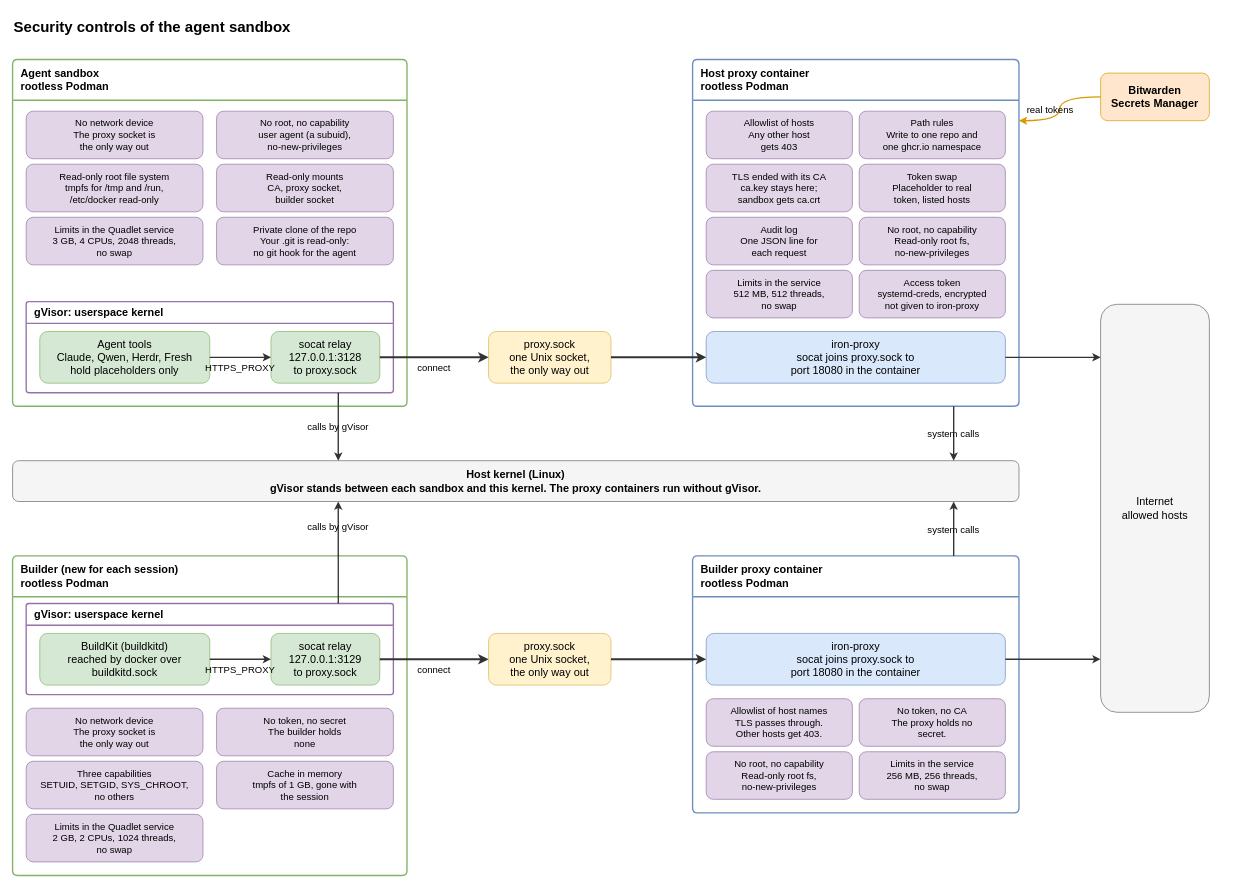
raghav19/engineersdaybook keeps this draw.io diagram as .sandbox/docs/diagrams/security-controls.drawio. Above is the earlier version. Source tidied: cells renumbered, new cells numbered last; positions are measured from the earlier drawing's top-left corner, leaving out a move shared by most shapes. Both pictures are drawn from the tidied source at 68%, with x=0, y=0 at pixel (12, 12).
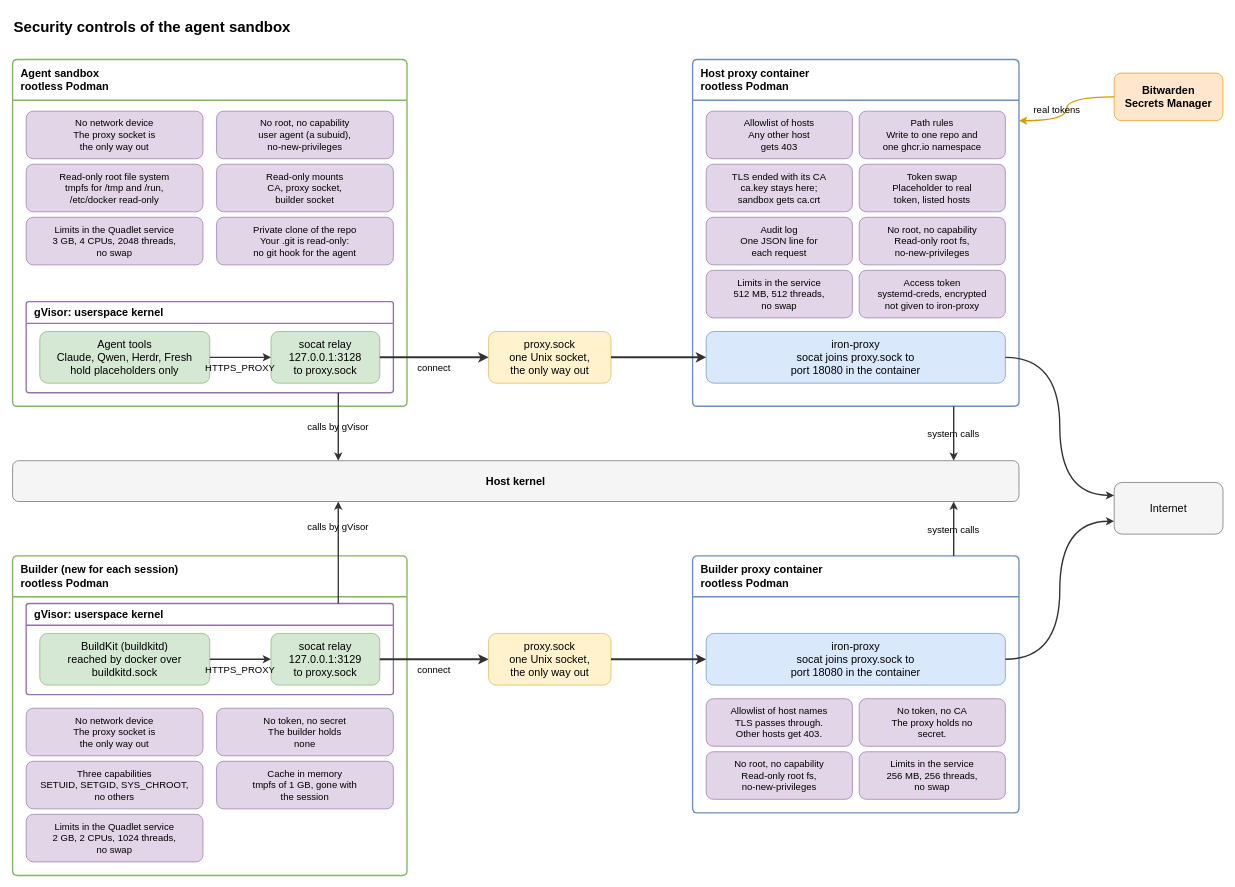
The same page after the edit.

Commit message (it also covers changes not shown here):
sandbox: simplify the host kernel and Internet boxes

The host kernel box has a short label. The Internet is one small box.

Unchanged cells that the change refers to:
```xml
<mxCell id="34" value="iron-proxy&#10;socat joins proxy.sock to&#10;port 18080 in the container" style="rounded=1;whiteSpace=wrap;html=0;fontSize=16;fillColor=#dae8fc;strokeColor=#6c8ebf;" parent="1" vertex="1">
  <mxGeometry x="1020" y="470" width="440" height="76" as="geometry" />
</mxCell>
<mxCell id="35" value="iron-proxy&#10;socat joins proxy.sock to&#10;port 18080 in the container" style="rounded=1;whiteSpace=wrap;html=0;fontSize=16;fillColor=#dae8fc;strokeColor=#6c8ebf;" parent="1" vertex="1">
  <mxGeometry x="1020" y="914" width="440" height="76" as="geometry" />
</mxCell>
```

Diff of the diagram source:
```diff
@@
-    <mxCell id="40" value="Host kernel (Linux)&#10;gVisor stands between each sandbox and this kernel. The proxy containers run without gVisor." style="rounded=1;whiteSpace=wrap;html=0;fontSize=16;fillColor=#f5f5f5;strokeColor=#666666;fontStyle=1;" parent="1" vertex="1">
+    <mxCell id="40" value="Host kernel" style="rounded=1;whiteSpace=wrap;html=0;fontSize=16;fillColor=#f5f5f5;strokeColor=#666666;fontStyle=1;" parent="1" vertex="1">
       <mxGeometry y="660" width="1480" height="60" as="geometry" />
     </mxCell>
     <mxCell id="41" value="Bitwarden&#10;Secrets Manager" style="rounded=1;whiteSpace=wrap;html=0;fontSize=16;fillColor=#ffe6cc;strokeColor=#d79b00;fontStyle=1;" parent="1" vertex="1">
-      <mxGeometry x="1600" y="90" width="160" height="70" as="geometry" />
+      <mxGeometry x="1620" y="90" width="160" height="70" as="geometry" />
     </mxCell>
-    <mxCell id="42" value="Internet&#10;allowed hosts" style="rounded=1;whiteSpace=wrap;html=0;fontSize=16;fillColor=#f5f5f5;strokeColor=#666666;" parent="1" vertex="1">
-      <mxGeometry x="1600" y="430" width="160" height="600" as="geometry" />
+    <mxCell id="42" value="Internet" style="rounded=1;whiteSpace=wrap;html=0;fontSize=16;fillColor=#f5f5f5;strokeColor=#666666;" parent="1" vertex="1">
+      <mxGeometry x="1620" y="692" width="160" height="76" as="geometry" />
     </mxCell>
@@
-    <mxCell id="46" style="edgeStyle=orthogonalEdgeStyle;rounded=1;curved=1;html=0;labelBackgroundColor=none;defaultLabelBackgroundColor=gap;fontSize=14;strokeWidth=2;strokeColor=#333333;exitX=1;exitY=0.5;exitDx=0;exitDy=0;entryX=0;entryY=0.13;entryDx=0;entryDy=0;" parent="1" edge="1" source="34" target="42">
+    <mxCell id="46" style="edgeStyle=orthogonalEdgeStyle;rounded=1;curved=1;html=0;labelBackgroundColor=none;defaultLabelBackgroundColor=gap;fontSize=14;strokeWidth=2;strokeColor=#333333;exitX=1;exitY=0.5;exitDx=0;exitDy=0;entryX=0;entryY=0.25;entryDx=0;entryDy=0;" parent="1" edge="1" source="34" target="42">
       <mxGeometry y="-14" relative="1" as="geometry" />
     </mxCell>
@@
-    <mxCell id="51" style="edgeStyle=orthogonalEdgeStyle;rounded=1;curved=1;html=0;labelBackgroundColor=none;defaultLabelBackgroundColor=gap;fontSize=14;strokeWidth=2;strokeColor=#333333;exitX=1;exitY=0.5;exitDx=0;exitDy=0;entryX=0;entryY=0.87;entryDx=0;entryDy=0;" parent="1" edge="1" source="35" target="42">
+    <mxCell id="51" style="edgeStyle=orthogonalEdgeStyle;rounded=1;curved=1;html=0;labelBackgroundColor=none;defaultLabelBackgroundColor=gap;fontSize=14;strokeWidth=2;strokeColor=#333333;exitX=1;exitY=0.5;exitDx=0;exitDy=0;entryX=0;entryY=0.75;entryDx=0;entryDy=0;" parent="1" edge="1" source="35" target="42">
       <mxGeometry y="-14" relative="1" as="geometry" />
     </mxCell>
```
